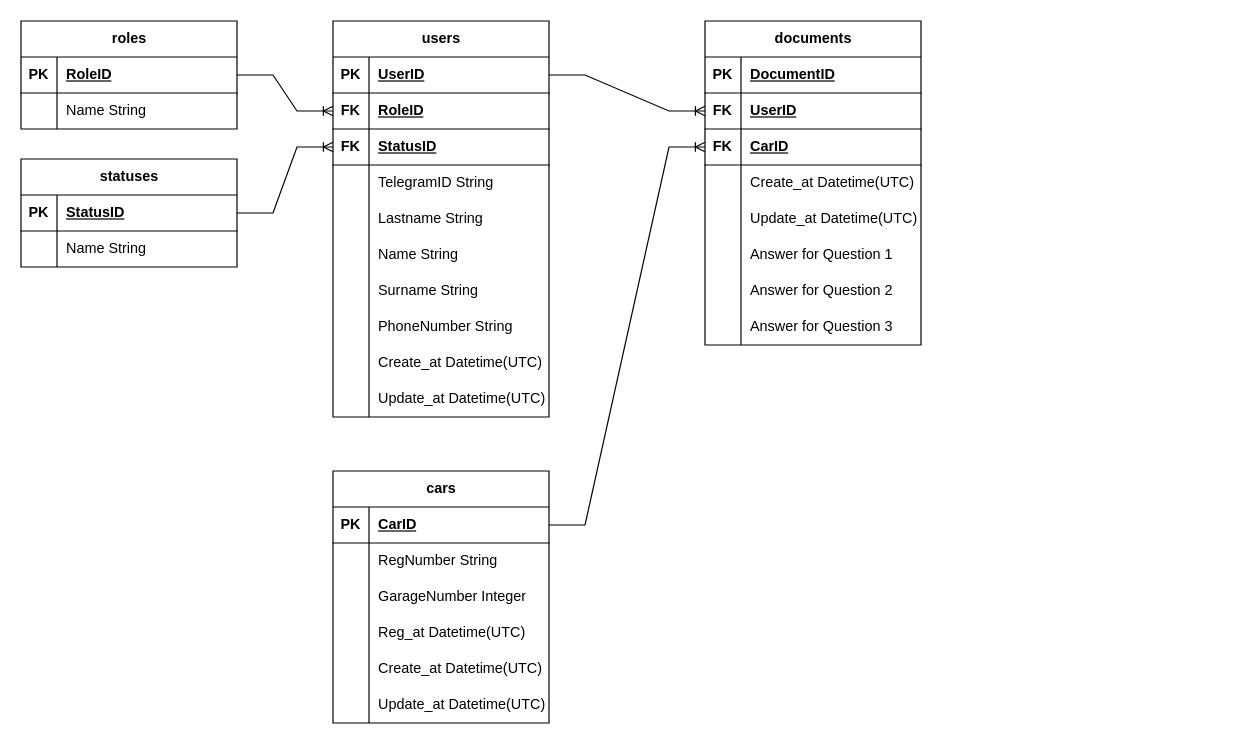
Earlier version of the draw.io diagram Диаграмма без названия.drawio (EvgeniiGud/draw). Source tidied: cells renumbered, new cells numbered last; positions are measured from the earlier drawing's top-left corner, leaving out a move shared by most shapes. Both pictures are drawn from the tidied source at 120%, with x=0, y=0 at pixel (20, 20).
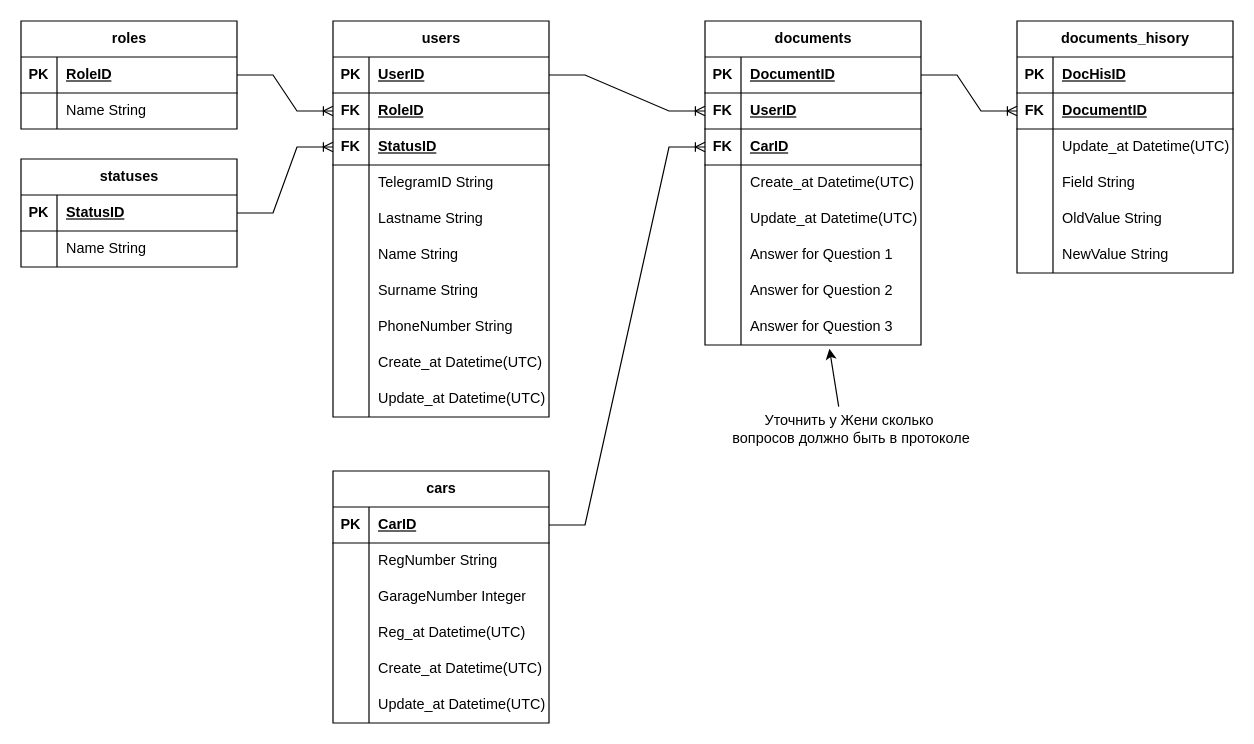
After the change.

Unchanged cells that the change refers to:
```xml
<mxCell id="92" style="shape=tableRow;horizontal=0;startSize=0;swimlaneHead=0;swimlaneBody=0;fillColor=none;points=[[0,0.5],[1,0.5]];portConstraint=eastwest;top=0;left=0;right=0;bottom=0;" parent="70" vertex="1">
  <mxGeometry y="240" width="180" height="30" as="geometry" />
</mxCell>
```

What changed in the source:
```diff
@@
+    <mxCell id="95" value="documents_hisory" style="shape=table;startSize=30;childLayout=tableLayout;rowLines=0;fontStyle=1;align=center;html=1;" parent="1" vertex="1">
+      <mxGeometry x="830" width="180" height="210" as="geometry" />
+    </mxCell>
+    <mxCell id="96" style="shape=tableRow;horizontal=0;startSize=0;swimlaneHead=0;swimlaneBody=0;fillColor=none;top=0;left=0;right=0;bottom=1;" parent="95" vertex="1">
+      <mxGeometry y="30" width="180" height="30" as="geometry" />
+    </mxCell>
+    <mxCell id="97" value="PK" style="shape=partialRectangle;fillColor=none;top=0;left=0;bottom=0;right=0;fontStyle=1;overflow=hidden;whiteSpace=wrap;html=1;" parent="96" vertex="1">
+      <mxGeometry width="30" height="30" as="geometry" />
+    </mxCell>
+    <mxCell id="98" value="DocHisID" style="shape=partialRectangle;fillColor=none;top=0;left=0;bottom=0;right=0;align=left;spacingLeft=6;fontStyle=5;overflow=hidden;whiteSpace=wrap;html=1;" parent="96" vertex="1">
+      <mxGeometry x="30" width="150" height="30" as="geometry" />
+    </mxCell>
+    <mxCell id="99" style="shape=tableRow;horizontal=0;startSize=0;swimlaneHead=0;swimlaneBody=0;fillColor=none;points=[[0,0.5],[1,0.5]];portConstraint=eastwest;top=0;left=0;right=0;bottom=1;" parent="95" vertex="1">
+      <mxGeometry y="60" width="180" height="30" as="geometry" />
+    </mxCell>
+    <mxCell id="100" value="FK" style="shape=partialRectangle;fillColor=none;top=0;left=0;bottom=0;right=0;fontStyle=1;overflow=hidden;whiteSpace=wrap;html=1;" parent="99" vertex="1">
+      <mxGeometry width="30" height="30" as="geometry" />
+    </mxCell>
+    <mxCell id="101" value="DocumentID" style="shape=partialRectangle;fillColor=none;top=0;left=0;bottom=0;right=0;align=left;spacingLeft=6;fontStyle=5;overflow=hidden;whiteSpace=wrap;html=1;" parent="99" vertex="1">
+      <mxGeometry x="30" width="150" height="30" as="geometry" />
+    </mxCell>
+    <mxCell id="102" style="shape=tableRow;horizontal=0;startSize=0;swimlaneHead=0;swimlaneBody=0;fillColor=none;top=0;left=0;right=0;bottom=0;" parent="95" vertex="1">
+      <mxGeometry y="90" width="180" height="30" as="geometry" />
+    </mxCell>
+    <mxCell id="103" style="shape=partialRectangle;fillColor=none;top=0;left=0;bottom=0;right=0;overflow=hidden;whiteSpace=wrap;html=1;" parent="102" vertex="1">
+      <mxGeometry width="30" height="30" as="geometry" />
+    </mxCell>
+    <mxCell id="104" value="Update_at Datetime(UTC)" style="shape=partialRectangle;fillColor=none;top=0;left=0;bottom=0;right=0;align=left;spacingLeft=6;overflow=hidden;whiteSpace=wrap;html=1;" parent="102" vertex="1">
+      <mxGeometry x="30" width="150" height="30" as="geometry" />
+    </mxCell>
+    <mxCell id="105" style="shape=tableRow;horizontal=0;startSize=0;swimlaneHead=0;swimlaneBody=0;fillColor=none;top=0;left=0;right=0;bottom=0;" parent="95" vertex="1">
+      <mxGeometry y="120" width="180" height="30" as="geometry" />
+    </mxCell>
+    <mxCell id="106" style="shape=partialRectangle;fillColor=none;top=0;left=0;bottom=0;right=0;overflow=hidden;whiteSpace=wrap;html=1;" parent="105" vertex="1">
+      <mxGeometry width="30" height="30" as="geometry" />
+    </mxCell>
+    <mxCell id="107" value="Field String" style="shape=partialRectangle;fillColor=none;top=0;left=0;bottom=0;right=0;align=left;spacingLeft=6;overflow=hidden;whiteSpace=wrap;html=1;" parent="105" vertex="1">
+      <mxGeometry x="30" width="150" height="30" as="geometry" />
+    </mxCell>
+    <mxCell id="108" style="shape=tableRow;horizontal=0;startSize=0;swimlaneHead=0;swimlaneBody=0;fillColor=none;top=0;left=0;right=0;bottom=0;" parent="95" vertex="1">
+      <mxGeometry y="150" width="180" height="30" as="geometry" />
+    </mxCell>
+    <mxCell id="109" style="shape=partialRectangle;fillColor=none;top=0;left=0;bottom=0;right=0;overflow=hidden;whiteSpace=wrap;html=1;" parent="108" vertex="1">
+      <mxGeometry width="30" height="30" as="geometry" />
+    </mxCell>
+    <mxCell id="110" value="OldValue String" style="shape=partialRectangle;fillColor=none;top=0;left=0;bottom=0;right=0;align=left;spacingLeft=6;overflow=hidden;whiteSpace=wrap;html=1;" parent="108" vertex="1">
+      <mxGeometry x="30" width="150" height="30" as="geometry" />
+    </mxCell>
+    <mxCell id="111" style="shape=tableRow;horizontal=0;startSize=0;swimlaneHead=0;swimlaneBody=0;fillColor=none;top=0;left=0;right=0;bottom=0;" parent="95" vertex="1">
+      <mxGeometry y="180" width="180" height="30" as="geometry" />
+    </mxCell>
+    <mxCell id="112" style="shape=partialRectangle;fillColor=none;top=0;left=0;bottom=0;right=0;overflow=hidden;whiteSpace=wrap;html=1;" parent="111" vertex="1">
+      <mxGeometry width="30" height="30" as="geometry" />
+    </mxCell>
+    <mxCell id="113" value="NewValue String" style="shape=partialRectangle;fillColor=none;top=0;left=0;bottom=0;right=0;align=left;spacingLeft=6;overflow=hidden;whiteSpace=wrap;html=1;" parent="111" vertex="1">
+      <mxGeometry x="30" width="150" height="30" as="geometry" />
+    </mxCell>
+    <mxCell id="114" style="edgeStyle=entityRelationEdgeStyle;fontSize=12;html=1;endArrow=ERoneToMany;rounded=0;entryX=0;entryY=0.5;entryDx=0;entryDy=0;" parent="1" edge="1" target="99">
+      <mxGeometry relative="1" as="geometry">
+        <mxPoint x="750" y="45" as="sourcePoint" />
+      </mxGeometry>
+    </mxCell>
+    <mxCell id="115" value="Уточнить у Жени сколько&lt;br&gt;&amp;nbsp;вопросов должно быть в протоколе" style="text;html=1;align=center;verticalAlign=middle;points=[];strokeColor=none;fillColor=none;" parent="1" vertex="1">
+      <mxGeometry x="580" y="320" width="220" height="40" as="geometry" />
+    </mxCell>
+    <mxCell id="116" style="endArrow=classic;html=1;rounded=0;entryX=0.576;entryY=1.102;entryDx=0;entryDy=0;entryPerimeter=0;exitX=0.461;exitY=0.033;exitDx=0;exitDy=0;exitPerimeter=0;" parent="1" edge="1" source="115" target="92">
+      <mxGeometry relative="1" as="geometry" />
+    </mxCell>
```
